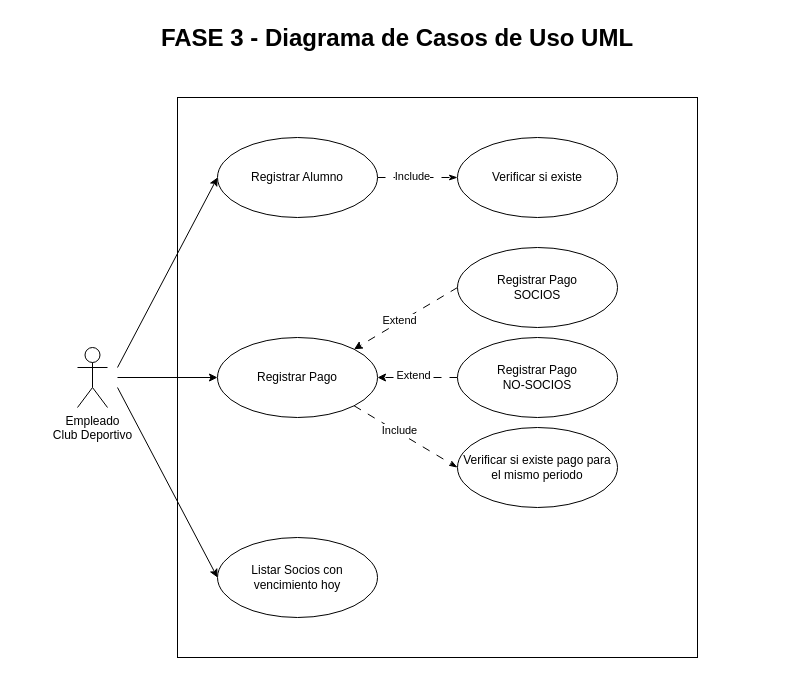
The draw.io diagram ProyectoIntegrador/Documentacion/fase_3/Fase3_UMLUseCasesDiagram.drawio in LaWeaArgentina/DSOO-G14, before the edit. Source tidied: cells renumbered, new cells numbered last; positions are measured from the earlier drawing's top-left corner, leaving out a move shared by most shapes. Both pictures are drawn from the tidied source at 100%, with x=0, y=0 at pixel (17, 17).
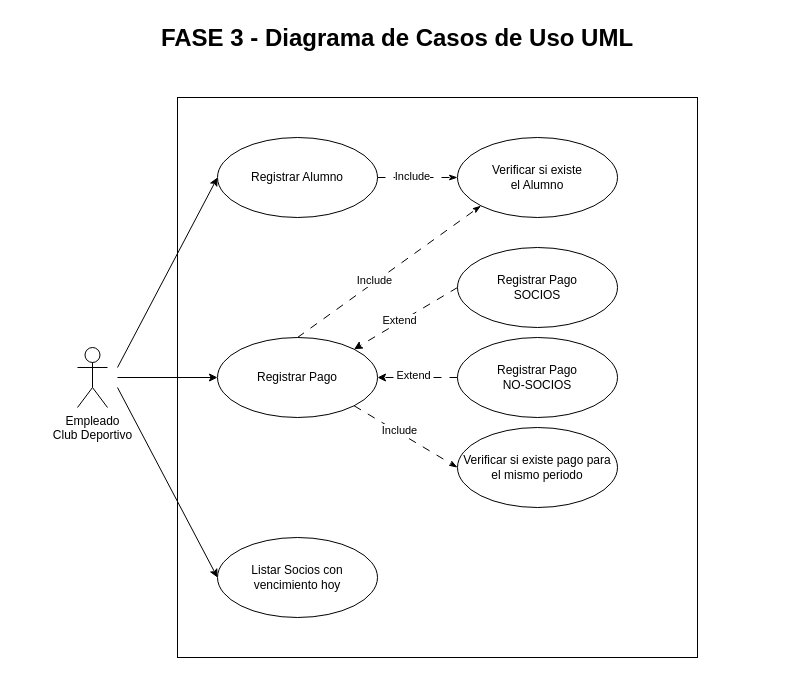
Above is the later version.

Commit message (it also covers changes not shown here):
update: agrega include entre reg pago y verificar si existe el alumno

Unchanged cells that the change refers to:
```xml
<mxCell id="11" value="Registrar Pago" style="ellipse;whiteSpace=wrap;html=1;" parent="1" vertex="1">
  <mxGeometry x="200" y="320" width="160" height="80" as="geometry" />
</mxCell>
```

The edit, as a diff of the source:
```diff
@@
-    <mxCell id="13" value="Verificar si existe" style="ellipse;whiteSpace=wrap;html=1;" parent="1" vertex="1">
+    <mxCell id="13" value="Verificar si existe&lt;div&gt;el Alumno&lt;/div&gt;" style="ellipse;whiteSpace=wrap;html=1;" parent="1" vertex="1">
       <mxGeometry x="440" y="120" width="160" height="80" as="geometry" />
     </mxCell>
@@
+    <mxCell id="23" style="rounded=0;jettySize=auto;html=1;exitX=0.5;exitY=0;exitDx=0;exitDy=0;endArrow=classicThin;endFill=1;startArrow=none;startFill=0;dashed=1;dashPattern=8 8;entryX=0;entryY=1;entryDx=0;entryDy=0;" parent="1" edge="1" source="11" target="13">
+      <mxGeometry relative="1" as="geometry" />
+    </mxCell>
+    <mxCell id="24" value="Include" style="edgeLabel;html=1;align=center;verticalAlign=middle;" parent="23" vertex="1">
+      <mxGeometry x="-0.15" y="2" relative="1" as="geometry" />
+    </mxCell>
```
